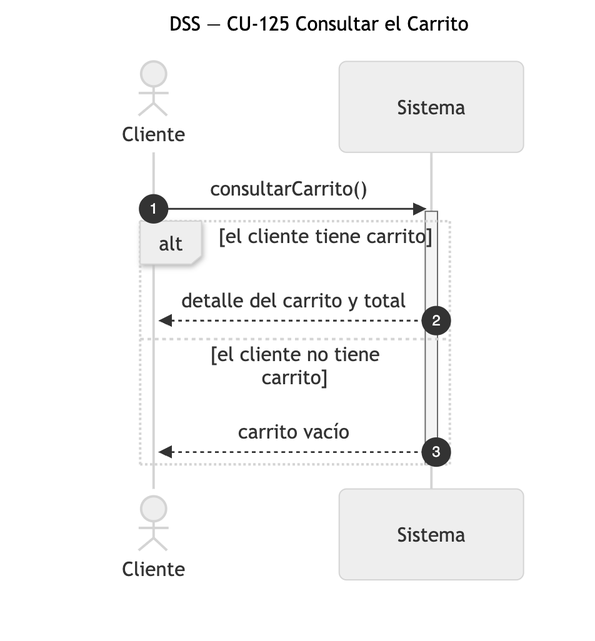
Above: diagramas/png/DSS_CU-125_Consultar-el-Carrito.png in Nahuelito-Dev/splg-docs (Mermaid), before the change. Its source is kept beside it as diagramas/DSS_CU-125_Consultar-el-Carrito.mmd. Source of this version:
```mermaid
sequenceDiagram
    title DSS — CU-125 Consultar el Carrito
    autonumber
    actor CLI as Cliente
    participant SIS as Sistema

    CLI->>SIS: consultarCarrito()
    activate SIS
    alt el cliente tiene carrito
        SIS-->>CLI: detalle del carrito y total
    else el cliente no tiene carrito
        SIS-->>CLI: carrito vacío
    end
    deactivate SIS
```
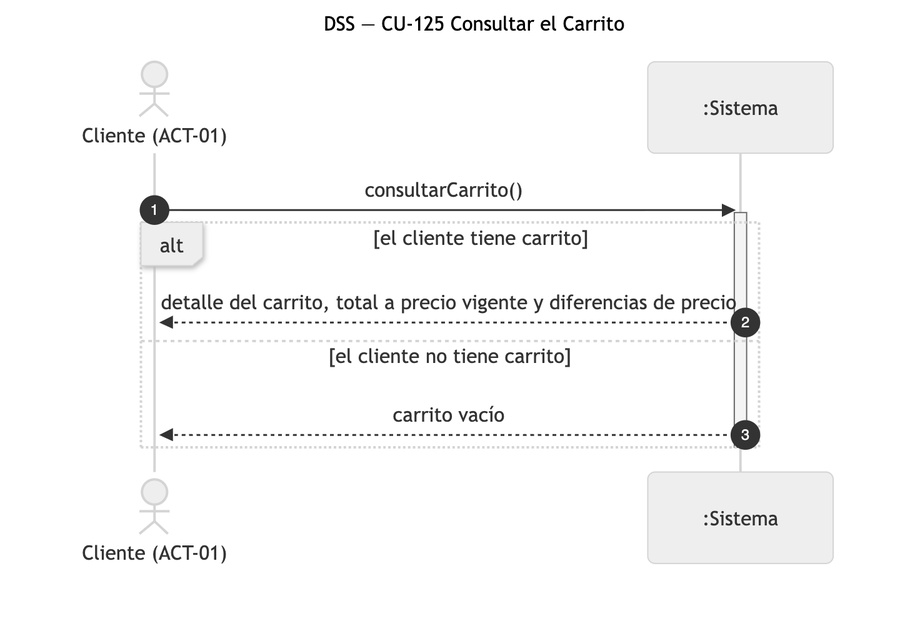
The same file after the commit.

The edit, as a diff of the source:
```diff
@@ -1,13 +1,13 @@
 sequenceDiagram
     title DSS — CU-125 Consultar el Carrito
     autonumber
-    actor CLI as Cliente
-    participant SIS as Sistema
+    actor CLI as Cliente (ACT-01)
+    participant SIS as :Sistema
 
     CLI->>SIS: consultarCarrito()
     activate SIS
     alt el cliente tiene carrito
-        SIS-->>CLI: detalle del carrito y total
+        SIS-->>CLI: detalle del carrito, total a precio vigente y diferencias de precio
     else el cliente no tiene carrito
         SIS-->>CLI: carrito vacío
     end
```
